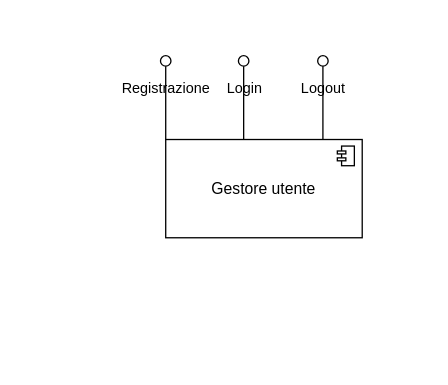
This is Components_diagram.drawio from andreapedrini01/Ingegneria-del-Software, a draw.io file, before an edit. Source tidied: cells renumbered, new cells numbered last; positions are measured from the earlier drawing's top-left corner, leaving out a move shared by most shapes. Both pictures are drawn from the tidied source at 131%, with x=0, y=0 at pixel (165, 60).
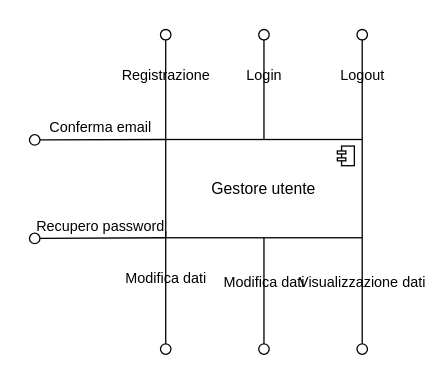
The same page after the edit.

The edit, as a diff of the source:
```diff
@@
 <mxGraphModel>
   <root>
     <mxCell id="0" />
     <mxCell id="1" parent="0" />
     <mxCell id="2" value="Registrazione" style="html=1;verticalAlign=bottom;labelBackgroundColor=none;endArrow=oval;endFill=0;endSize=8;rounded=0;" parent="1" edge="1">
       <mxGeometry relative="1" as="geometry">
         <mxPoint y="60" as="sourcePoint" />
-        <mxPoint as="targetPoint" />
+        <mxPoint y="-20" as="targetPoint" />
       </mxGeometry>
     </mxCell>
-    <mxCell id="3" value="Login" style="html=1;verticalAlign=bottom;labelBackgroundColor=none;endArrow=oval;endFill=0;endSize=8;rounded=0;" parent="1" edge="1">
+    <mxCell id="3" value="Login" style="html=1;verticalAlign=bottom;labelBackgroundColor=none;endArrow=oval;endFill=0;endSize=8;rounded=0;exitX=0.5;exitY=0;exitDx=0;exitDy=0;exitPerimeter=0;" parent="1" edge="1" source="5">
       <mxGeometry relative="1" as="geometry">
-        <mxPoint x="59.5" y="60" as="sourcePoint" />
-        <mxPoint x="59.5" as="targetPoint" />
+        <mxPoint x="75" y="-20" as="targetPoint" />
       </mxGeometry>
     </mxCell>
     <mxCell id="4" value="Logout" style="html=1;verticalAlign=bottom;labelBackgroundColor=none;endArrow=oval;endFill=0;endSize=8;rounded=0;" parent="1" edge="1">
       <mxGeometry relative="1" as="geometry">
-        <mxPoint x="120" y="60" as="sourcePoint" />
-        <mxPoint x="120" as="targetPoint" />
+        <mxPoint x="150" y="60" as="sourcePoint" />
+        <mxPoint x="150" y="-20" as="targetPoint" />
       </mxGeometry>
     </mxCell>
     <mxCell id="5" value="Gestore utente" style="html=1;outlineConnect=0;whiteSpace=wrap;shape=mxgraph.archimate3.application;appType=comp;archiType=square;" parent="1" vertex="1">
       <mxGeometry y="60" width="150" height="75" as="geometry" />
     </mxCell>
+    <mxCell id="6" value="Modifica dati" style="html=1;verticalAlign=bottom;labelBackgroundColor=none;endArrow=oval;endFill=0;endSize=8;rounded=0;" parent="1" edge="1">
+      <mxGeometry relative="1" as="geometry">
+        <mxPoint y="130" as="sourcePoint" />
+        <mxPoint y="220" as="targetPoint" />
+      </mxGeometry>
+    </mxCell>
+    <mxCell id="7" value="Visualizzazione dati" style="html=1;verticalAlign=bottom;labelBackgroundColor=none;endArrow=oval;endFill=0;endSize=8;rounded=0;" parent="1" edge="1">
+      <mxGeometry relative="1" as="geometry">
+        <mxPoint x="150" y="135" as="sourcePoint" />
+        <mxPoint x="150" y="220" as="targetPoint" />
+      </mxGeometry>
+    </mxCell>
+    <mxCell id="8" value="Modifica dati" style="html=1;verticalAlign=bottom;labelBackgroundColor=none;endArrow=oval;endFill=0;endSize=8;rounded=0;exitX=0.5;exitY=1;exitDx=0;exitDy=0;exitPerimeter=0;" parent="1" edge="1" source="5">
+      <mxGeometry relative="1" as="geometry">
+        <mxPoint x="75" y="220" as="targetPoint" />
+      </mxGeometry>
+    </mxCell>
+    <mxCell id="9" value="Conferma email" style="html=1;verticalAlign=bottom;labelBackgroundColor=none;endArrow=oval;endFill=0;endSize=8;rounded=0;" parent="1" edge="1">
+      <mxGeometry relative="1" as="geometry">
+        <mxPoint y="60" as="sourcePoint" />
+        <mxPoint x="-100" y="60.3" as="targetPoint" />
+      </mxGeometry>
+    </mxCell>
+    <mxCell id="10" value="Recupero password" style="html=1;verticalAlign=bottom;labelBackgroundColor=none;endArrow=oval;endFill=0;endSize=8;rounded=0;exitX=0;exitY=0.5;exitDx=0;exitDy=0;exitPerimeter=0;" parent="1" edge="1">
+      <mxGeometry relative="1" as="geometry">
+        <mxPoint y="135" as="sourcePoint" />
+        <mxPoint x="-100" y="135.5" as="targetPoint" />
+      </mxGeometry>
+    </mxCell>
   </root>
 </mxGraphModel>
```
